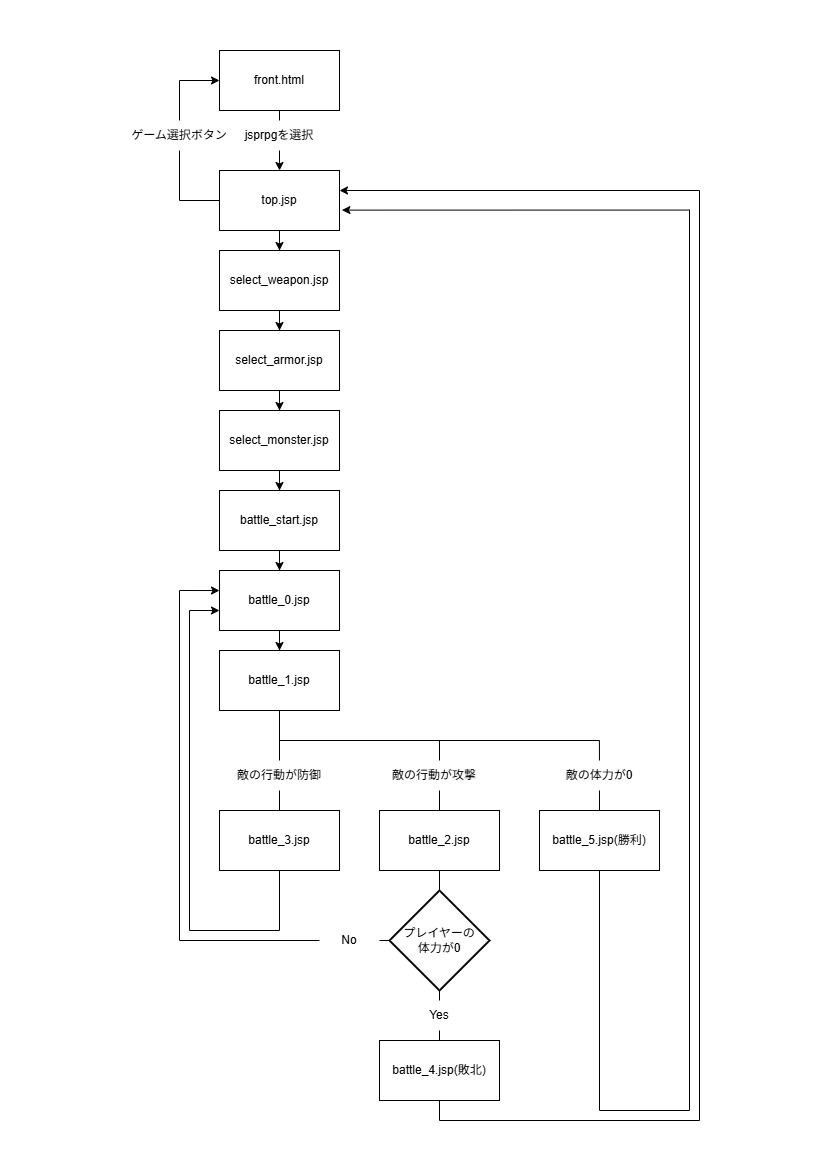
Earlier version of the draw.io export other_images/jsprpg画面遷移図.png (fy811/jsprpg). Source tidied: cells renumbered, new cells last; positions are measured from the earlier drawing's top-left corner, leaving out a move shared by most shapes. The source it was exported from:
```xml
<mxGraphModel>
  <root>
    <mxCell id="0" />
    <mxCell id="1" parent="0" />
    <mxCell id="2" style="endArrow=none;html=1;rounded=0;exitX=0.5;exitY=0;exitDx=0;exitDy=0;" parent="1" edge="1" source="17">
      <mxGeometry relative="1" as="geometry">
        <mxPoint x="310" y="690" as="targetPoint" />
      </mxGeometry>
    </mxCell>
    <mxCell id="3" style="edgeStyle=orthogonalEdgeStyle;rounded=0;jettySize=auto;html=1;entryX=0.5;entryY=0;entryDx=0;entryDy=0;" parent="1" edge="1" source="5" target="7">
      <mxGeometry relative="1" as="geometry" />
    </mxCell>
    <mxCell id="4" style="edgeStyle=orthogonalEdgeStyle;rounded=0;jettySize=auto;html=1;entryX=0;entryY=0.5;entryDx=0;entryDy=0;" parent="1" edge="1" source="5" target="37">
      <mxGeometry relative="1" as="geometry">
        <Array as="points">
          <mxPoint x="50" y="150" />
          <mxPoint x="50" y="30" />
        </Array>
      </mxGeometry>
    </mxCell>
    <mxCell id="5" value="top.jsp" style="rounded=0;whiteSpace=wrap;html=1;" parent="1" vertex="1">
      <mxGeometry x="90" y="120" width="120" height="60" as="geometry" />
    </mxCell>
    <mxCell id="6" style="edgeStyle=orthogonalEdgeStyle;rounded=0;jettySize=auto;html=1;entryX=0.5;entryY=0;entryDx=0;entryDy=0;" parent="1" edge="1" source="7" target="9">
      <mxGeometry relative="1" as="geometry" />
    </mxCell>
    <mxCell id="7" value="select_weapon.jsp" style="rounded=0;whiteSpace=wrap;html=1;" parent="1" vertex="1">
      <mxGeometry x="90" y="200" width="120" height="60" as="geometry" />
    </mxCell>
    <mxCell id="8" style="edgeStyle=orthogonalEdgeStyle;rounded=0;jettySize=auto;html=1;entryX=0.5;entryY=0;entryDx=0;entryDy=0;" parent="1" edge="1" source="9" target="11">
      <mxGeometry relative="1" as="geometry" />
    </mxCell>
    <mxCell id="9" value="select_armor.jsp" style="rounded=0;whiteSpace=wrap;html=1;" parent="1" vertex="1">
      <mxGeometry x="90" y="280" width="120" height="60" as="geometry" />
    </mxCell>
    <mxCell id="10" style="edgeStyle=orthogonalEdgeStyle;rounded=0;jettySize=auto;html=1;entryX=0.5;entryY=1;entryDx=0;entryDy=0;" parent="1" edge="1" source="11" target="13">
      <mxGeometry relative="1" as="geometry" />
    </mxCell>
    <mxCell id="11" value="select_monster.jsp" style="rounded=0;whiteSpace=wrap;html=1;" parent="1" vertex="1">
      <mxGeometry x="90" y="360" width="120" height="60" as="geometry" />
    </mxCell>
    <mxCell id="12" style="edgeStyle=orthogonalEdgeStyle;rounded=0;jettySize=auto;html=1;entryX=0.5;entryY=0;entryDx=0;entryDy=0;" parent="1" edge="1" source="13" target="15">
      <mxGeometry relative="1" as="geometry" />
    </mxCell>
    <mxCell id="13" value="battle_start.jsp" style="rounded=0;whiteSpace=wrap;html=1;direction=west;" parent="1" vertex="1">
      <mxGeometry x="90" y="440" width="120" height="60" as="geometry" />
    </mxCell>
    <mxCell id="14" style="edgeStyle=orthogonalEdgeStyle;rounded=0;jettySize=auto;html=1;entryX=0.5;entryY=0;entryDx=0;entryDy=0;" parent="1" edge="1" source="15" target="16">
      <mxGeometry relative="1" as="geometry" />
    </mxCell>
    <mxCell id="15" value="battle_0.jsp" style="rounded=0;whiteSpace=wrap;html=1;" parent="1" vertex="1">
      <mxGeometry x="90" y="520" width="120" height="60" as="geometry" />
    </mxCell>
    <mxCell id="16" value="battle_1.jsp" style="rounded=0;whiteSpace=wrap;html=1;" parent="1" vertex="1">
      <mxGeometry x="90" y="600" width="120" height="60" as="geometry" />
    </mxCell>
    <mxCell id="17" value="battle_2.jsp" style="rounded=0;whiteSpace=wrap;html=1;" parent="1" vertex="1">
      <mxGeometry x="250" y="760" width="120" height="60" as="geometry" />
    </mxCell>
    <mxCell id="18" value="battle_3.jsp" style="rounded=0;whiteSpace=wrap;html=1;" parent="1" vertex="1">
      <mxGeometry x="90" y="760" width="120" height="60" as="geometry" />
    </mxCell>
    <mxCell id="19" value="battle_4.jsp(敗北)" style="rounded=0;whiteSpace=wrap;html=1;" parent="1" vertex="1">
      <mxGeometry x="250" y="990" width="120" height="60" as="geometry" />
    </mxCell>
    <mxCell id="20" style="edgeStyle=orthogonalEdgeStyle;rounded=0;jettySize=auto;html=1;entryX=1.02;entryY=0.66;entryDx=0;entryDy=0;entryPerimeter=0;" parent="1" edge="1" source="21" target="5">
      <mxGeometry relative="1" as="geometry">
        <Array as="points">
          <mxPoint x="470" y="1060" />
          <mxPoint x="560" y="1060" />
          <mxPoint x="560" y="160" />
        </Array>
      </mxGeometry>
    </mxCell>
    <mxCell id="21" value="battle_5.jsp(勝利)" style="rounded=0;whiteSpace=wrap;html=1;" parent="1" vertex="1">
      <mxGeometry x="410" y="760" width="120" height="60" as="geometry" />
    </mxCell>
    <mxCell id="22" value="プレイヤーの&lt;div&gt;体力が0&lt;/div&gt;" style="strokeWidth=2;html=1;shape=mxgraph.flowchart.decision;whiteSpace=wrap;" parent="1" vertex="1">
      <mxGeometry x="260" y="840" width="100" height="100" as="geometry" />
    </mxCell>
    <mxCell id="23" style="endArrow=none;html=1;rounded=0;" parent="1" edge="1">
      <mxGeometry relative="1" as="geometry">
        <mxPoint x="150" y="690" as="sourcePoint" />
        <mxPoint x="470" y="690" as="targetPoint" />
      </mxGeometry>
    </mxCell>
    <mxCell id="24" style="endArrow=none;html=1;rounded=0;entryX=0.5;entryY=0;entryDx=0;entryDy=0;endFill=0;exitX=0.5;exitY=1;exitDx=0;exitDy=0;exitPerimeter=0;" parent="1" edge="1">
      <mxGeometry relative="1" as="geometry">
        <mxPoint x="150" y="660" as="sourcePoint" />
        <mxPoint x="150" y="760" as="targetPoint" />
      </mxGeometry>
    </mxCell>
    <mxCell id="25" style="endArrow=none;html=1;rounded=0;entryX=0.5;entryY=0;entryDx=0;entryDy=0;endFill=0;" parent="1" edge="1">
      <mxGeometry relative="1" as="geometry">
        <mxPoint x="469.9" y="690" as="sourcePoint" />
        <mxPoint x="470" y="760" as="targetPoint" />
      </mxGeometry>
    </mxCell>
    <mxCell id="26" value="敵の行動が攻撃" style="text;html=1;whiteSpace=wrap;strokeColor=none;fillColor=default;align=center;verticalAlign=middle;rounded=0;" parent="1" vertex="1">
      <mxGeometry x="250" y="710" width="110" height="30" as="geometry" />
    </mxCell>
    <mxCell id="27" value="敵の行動が防御" style="text;html=1;whiteSpace=wrap;strokeColor=none;fillColor=default;align=center;verticalAlign=middle;rounded=0;" parent="1" vertex="1">
      <mxGeometry x="95" y="710" width="110" height="30" as="geometry" />
    </mxCell>
    <mxCell id="28" value="敵の体力が0" style="text;html=1;whiteSpace=wrap;strokeColor=none;fillColor=default;align=center;verticalAlign=middle;rounded=0;" parent="1" vertex="1">
      <mxGeometry x="420" y="710" width="100" height="30" as="geometry" />
    </mxCell>
    <mxCell id="29" style="endArrow=classic;html=1;rounded=0;exitX=0.5;exitY=1;exitDx=0;exitDy=0;edgeStyle=orthogonalEdgeStyle;" parent="1" edge="1" source="19">
      <mxGeometry relative="1" as="geometry">
        <mxPoint x="210" y="140" as="targetPoint" />
        <Array as="points">
          <mxPoint x="310" y="1070" />
          <mxPoint x="570" y="1070" />
          <mxPoint x="570" y="140" />
        </Array>
      </mxGeometry>
    </mxCell>
    <mxCell id="30" style="endArrow=none;html=1;rounded=0;entryX=0.5;entryY=1;entryDx=0;entryDy=0;entryPerimeter=0;" parent="1" edge="1" source="19" target="22">
      <mxGeometry relative="1" as="geometry" />
    </mxCell>
    <mxCell id="31" style="endArrow=none;html=1;rounded=0;exitX=0.5;exitY=0;exitDx=0;exitDy=0;exitPerimeter=0;entryX=0.5;entryY=1;entryDx=0;entryDy=0;" parent="1" edge="1" source="22" target="17">
      <mxGeometry relative="1" as="geometry" />
    </mxCell>
    <mxCell id="32" style="endArrow=classic;html=1;rounded=0;exitX=0.5;exitY=1;exitDx=0;exitDy=0;edgeStyle=orthogonalEdgeStyle;entryX=0;entryY=0.667;entryDx=0;entryDy=0;entryPerimeter=0;" parent="1" edge="1" source="18" target="15">
      <mxGeometry relative="1" as="geometry">
        <Array as="points">
          <mxPoint x="150" y="880" />
          <mxPoint x="60" y="880" />
          <mxPoint x="60" y="560" />
        </Array>
      </mxGeometry>
    </mxCell>
    <mxCell id="33" style="endArrow=classic;html=1;rounded=0;exitX=0;exitY=0.5;exitDx=0;exitDy=0;exitPerimeter=0;edgeStyle=orthogonalEdgeStyle;entryX=0;entryY=0.334;entryDx=0;entryDy=0;entryPerimeter=0;" parent="1" edge="1" source="22" target="15">
      <mxGeometry relative="1" as="geometry">
        <Array as="points">
          <mxPoint x="50" y="890" />
          <mxPoint x="50" y="540" />
        </Array>
      </mxGeometry>
    </mxCell>
    <mxCell id="34" value="Yes" style="text;html=1;whiteSpace=wrap;strokeColor=none;fillColor=default;align=center;verticalAlign=middle;rounded=0;" parent="1" vertex="1">
      <mxGeometry x="280" y="950" width="60" height="30" as="geometry" />
    </mxCell>
    <mxCell id="35" value="No" style="text;html=1;whiteSpace=wrap;strokeColor=none;fillColor=default;align=center;verticalAlign=middle;rounded=0;" parent="1" vertex="1">
      <mxGeometry x="190" y="875" width="60" height="30" as="geometry" />
    </mxCell>
    <mxCell id="36" style="edgeStyle=orthogonalEdgeStyle;rounded=0;jettySize=auto;html=1;entryX=0.5;entryY=0;entryDx=0;entryDy=0;" parent="1" edge="1" source="37" target="5">
      <mxGeometry relative="1" as="geometry" />
    </mxCell>
    <mxCell id="37" value="front.html" style="rounded=0;whiteSpace=wrap;html=1;" parent="1" vertex="1">
      <mxGeometry x="90" width="120" height="60" as="geometry" />
    </mxCell>
    <mxCell id="38" value="jsprpgを選択" style="text;html=1;whiteSpace=wrap;strokeColor=none;fillColor=default;align=center;verticalAlign=middle;rounded=0;" parent="1" vertex="1">
      <mxGeometry x="112" y="70" width="76" height="30" as="geometry" />
    </mxCell>
    <mxCell id="39" value="ゲーム選択ボタン" style="text;html=1;whiteSpace=wrap;strokeColor=none;fillColor=default;align=center;verticalAlign=middle;rounded=0;" parent="1" vertex="1">
      <mxGeometry y="70" width="100" height="30" as="geometry" />
    </mxCell>
  </root>
</mxGraphModel>
```
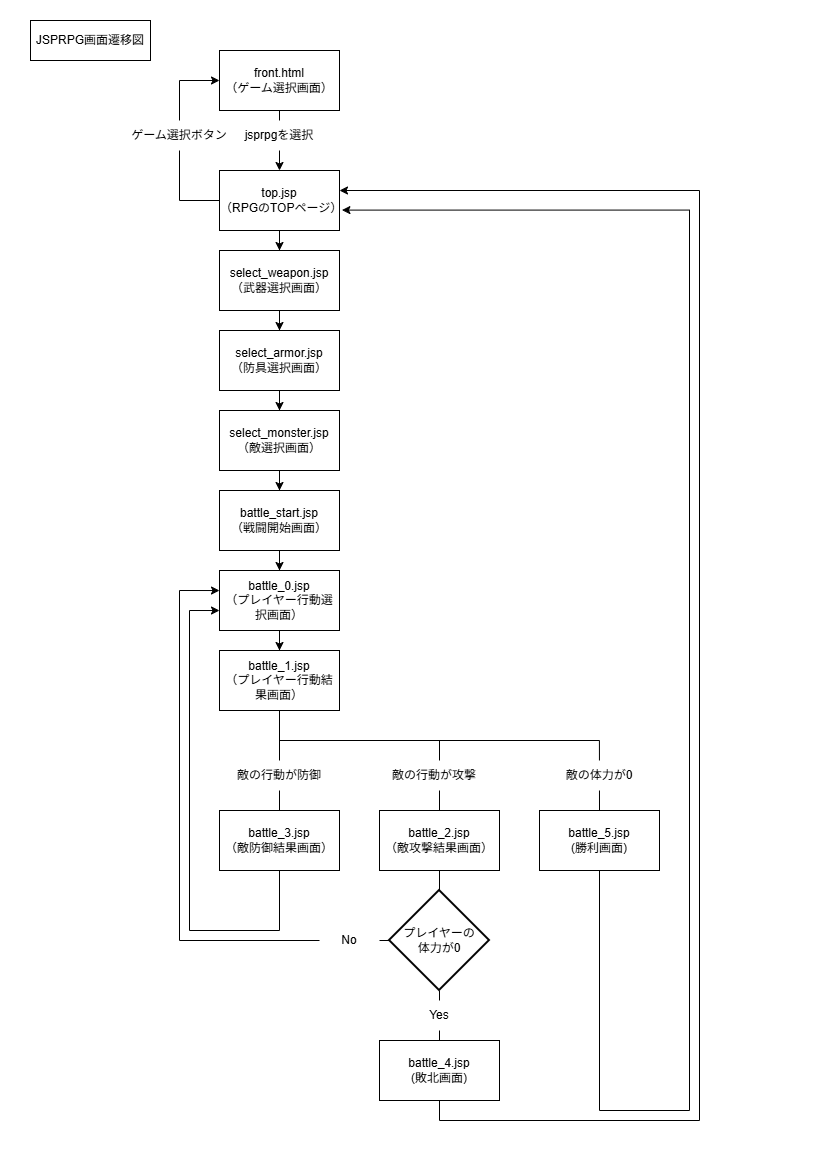
After the commit.

Diff of the diagram source:
```diff
@@ -18,49 +18,49 @@
         </Array>
       </mxGeometry>
     </mxCell>
-    <mxCell id="5" value="top.jsp" style="rounded=0;whiteSpace=wrap;html=1;" parent="1" vertex="1">
+    <mxCell id="5" value="top.jsp&lt;div&gt;（RPGのTOPページ）&lt;/div&gt;" style="rounded=0;whiteSpace=wrap;html=1;" parent="1" vertex="1">
       <mxGeometry x="90" y="120" width="120" height="60" as="geometry" />
     </mxCell>
     <mxCell id="6" style="edgeStyle=orthogonalEdgeStyle;rounded=0;jettySize=auto;html=1;entryX=0.5;entryY=0;entryDx=0;entryDy=0;" parent="1" edge="1" source="7" target="9">
       <mxGeometry relative="1" as="geometry" />
     </mxCell>
-    <mxCell id="7" value="select_weapon.jsp" style="rounded=0;whiteSpace=wrap;html=1;" parent="1" vertex="1">
+    <mxCell id="7" value="select_weapon.jsp&lt;div&gt;（武器選択画面）&lt;/div&gt;" style="rounded=0;whiteSpace=wrap;html=1;" parent="1" vertex="1">
       <mxGeometry x="90" y="200" width="120" height="60" as="geometry" />
     </mxCell>
     <mxCell id="8" style="edgeStyle=orthogonalEdgeStyle;rounded=0;jettySize=auto;html=1;entryX=0.5;entryY=0;entryDx=0;entryDy=0;" parent="1" edge="1" source="9" target="11">
       <mxGeometry relative="1" as="geometry" />
     </mxCell>
-    <mxCell id="9" value="select_armor.jsp" style="rounded=0;whiteSpace=wrap;html=1;" parent="1" vertex="1">
+    <mxCell id="9" value="select_armor.jsp&lt;div&gt;（防具選択画面）&lt;/div&gt;" style="rounded=0;whiteSpace=wrap;html=1;" parent="1" vertex="1">
       <mxGeometry x="90" y="280" width="120" height="60" as="geometry" />
     </mxCell>
     <mxCell id="10" style="edgeStyle=orthogonalEdgeStyle;rounded=0;jettySize=auto;html=1;entryX=0.5;entryY=1;entryDx=0;entryDy=0;" parent="1" edge="1" source="11" target="13">
       <mxGeometry relative="1" as="geometry" />
     </mxCell>
-    <mxCell id="11" value="select_monster.jsp" style="rounded=0;whiteSpace=wrap;html=1;" parent="1" vertex="1">
+    <mxCell id="11" value="select_monster.jsp&lt;div&gt;（敵選択画面）&lt;/div&gt;" style="rounded=0;whiteSpace=wrap;html=1;" parent="1" vertex="1">
       <mxGeometry x="90" y="360" width="120" height="60" as="geometry" />
     </mxCell>
     <mxCell id="12" style="edgeStyle=orthogonalEdgeStyle;rounded=0;jettySize=auto;html=1;entryX=0.5;entryY=0;entryDx=0;entryDy=0;" parent="1" edge="1" source="13" target="15">
       <mxGeometry relative="1" as="geometry" />
     </mxCell>
-    <mxCell id="13" value="battle_start.jsp" style="rounded=0;whiteSpace=wrap;html=1;direction=west;" parent="1" vertex="1">
+    <mxCell id="13" value="battle_start.jsp&lt;div&gt;（戦闘開始画面）&lt;/div&gt;" style="rounded=0;whiteSpace=wrap;html=1;direction=west;" parent="1" vertex="1">
       <mxGeometry x="90" y="440" width="120" height="60" as="geometry" />
     </mxCell>
     <mxCell id="14" style="edgeStyle=orthogonalEdgeStyle;rounded=0;jettySize=auto;html=1;entryX=0.5;entryY=0;entryDx=0;entryDy=0;" parent="1" edge="1" source="15" target="16">
       <mxGeometry relative="1" as="geometry" />
     </mxCell>
-    <mxCell id="15" value="battle_0.jsp" style="rounded=0;whiteSpace=wrap;html=1;" parent="1" vertex="1">
+    <mxCell id="15" value="battle_0.jsp&lt;div&gt;（プレイヤー&lt;span style=&quot;background-color: transparent; color: light-dark(rgb(0, 0, 0), rgb(255, 255, 255));&quot;&gt;行動&lt;/span&gt;&lt;span style=&quot;background-color: transparent; color: light-dark(rgb(0, 0, 0), rgb(255, 255, 255));&quot;&gt;選択画面）&lt;/span&gt;&lt;/div&gt;" style="rounded=0;whiteSpace=wrap;html=1;" parent="1" vertex="1">
       <mxGeometry x="90" y="520" width="120" height="60" as="geometry" />
     </mxCell>
-    <mxCell id="16" value="battle_1.jsp" style="rounded=0;whiteSpace=wrap;html=1;" parent="1" vertex="1">
+    <mxCell id="16" value="battle_1.jsp&lt;div&gt;（プレイヤー行動結果画面）&lt;/div&gt;" style="rounded=0;whiteSpace=wrap;html=1;" parent="1" vertex="1">
       <mxGeometry x="90" y="600" width="120" height="60" as="geometry" />
     </mxCell>
-    <mxCell id="17" value="battle_2.jsp" style="rounded=0;whiteSpace=wrap;html=1;" parent="1" vertex="1">
+    <mxCell id="17" value="battle_2.jsp&lt;div&gt;（敵攻撃結果画面）&lt;/div&gt;" style="rounded=0;whiteSpace=wrap;html=1;" parent="1" vertex="1">
       <mxGeometry x="250" y="760" width="120" height="60" as="geometry" />
     </mxCell>
-    <mxCell id="18" value="battle_3.jsp" style="rounded=0;whiteSpace=wrap;html=1;" parent="1" vertex="1">
+    <mxCell id="18" value="battle_3.jsp&lt;div&gt;（敵防御結果画面）&lt;/div&gt;" style="rounded=0;whiteSpace=wrap;html=1;" parent="1" vertex="1">
       <mxGeometry x="90" y="760" width="120" height="60" as="geometry" />
     </mxCell>
-    <mxCell id="19" value="battle_4.jsp(敗北)" style="rounded=0;whiteSpace=wrap;html=1;" parent="1" vertex="1">
+    <mxCell id="19" value="battle_4.jsp&lt;div&gt;(敗北画面)&lt;/div&gt;" style="rounded=0;whiteSpace=wrap;html=1;" parent="1" vertex="1">
       <mxGeometry x="250" y="990" width="120" height="60" as="geometry" />
     </mxCell>
     <mxCell id="20" style="edgeStyle=orthogonalEdgeStyle;rounded=0;jettySize=auto;html=1;entryX=1.02;entryY=0.66;entryDx=0;entryDy=0;entryPerimeter=0;" parent="1" edge="1" source="21" target="5">
@@ -72,7 +72,7 @@
         </Array>
       </mxGeometry>
     </mxCell>
-    <mxCell id="21" value="battle_5.jsp(勝利)" style="rounded=0;whiteSpace=wrap;html=1;" parent="1" vertex="1">
+    <mxCell id="21" value="battle_5.jsp&lt;div&gt;(勝利画面)&lt;/div&gt;" style="rounded=0;whiteSpace=wrap;html=1;" parent="1" vertex="1">
       <mxGeometry x="410" y="760" width="120" height="60" as="geometry" />
     </mxCell>
     <mxCell id="22" value="プレイヤーの&lt;div&gt;体力が0&lt;/div&gt;" style="strokeWidth=2;html=1;shape=mxgraph.flowchart.decision;whiteSpace=wrap;" parent="1" vertex="1">
@@ -147,7 +147,7 @@
     <mxCell id="36" style="edgeStyle=orthogonalEdgeStyle;rounded=0;jettySize=auto;html=1;entryX=0.5;entryY=0;entryDx=0;entryDy=0;" parent="1" edge="1" source="37" target="5">
       <mxGeometry relative="1" as="geometry" />
     </mxCell>
-    <mxCell id="37" value="front.html" style="rounded=0;whiteSpace=wrap;html=1;" parent="1" vertex="1">
+    <mxCell id="37" value="front.html&lt;div&gt;（ゲーム選択画面）&lt;/div&gt;" style="rounded=0;whiteSpace=wrap;html=1;" parent="1" vertex="1">
       <mxGeometry x="90" width="120" height="60" as="geometry" />
     </mxCell>
     <mxCell id="38" value="jsprpgを選択" style="text;html=1;whiteSpace=wrap;strokeColor=none;fillColor=default;align=center;verticalAlign=middle;rounded=0;" parent="1" vertex="1">
@@ -156,5 +156,8 @@
     <mxCell id="39" value="ゲーム選択ボタン" style="text;html=1;whiteSpace=wrap;strokeColor=none;fillColor=default;align=center;verticalAlign=middle;rounded=0;" parent="1" vertex="1">
       <mxGeometry y="70" width="100" height="30" as="geometry" />
     </mxCell>
+    <mxCell id="40" value="JSPRPG画面遷移図" style="rounded=0;whiteSpace=wrap;html=1;" parent="1" vertex="1">
+      <mxGeometry x="-99" y="-30" width="120" height="40" as="geometry" />
+    </mxCell>
   </root>
 </mxGraphModel>
```
